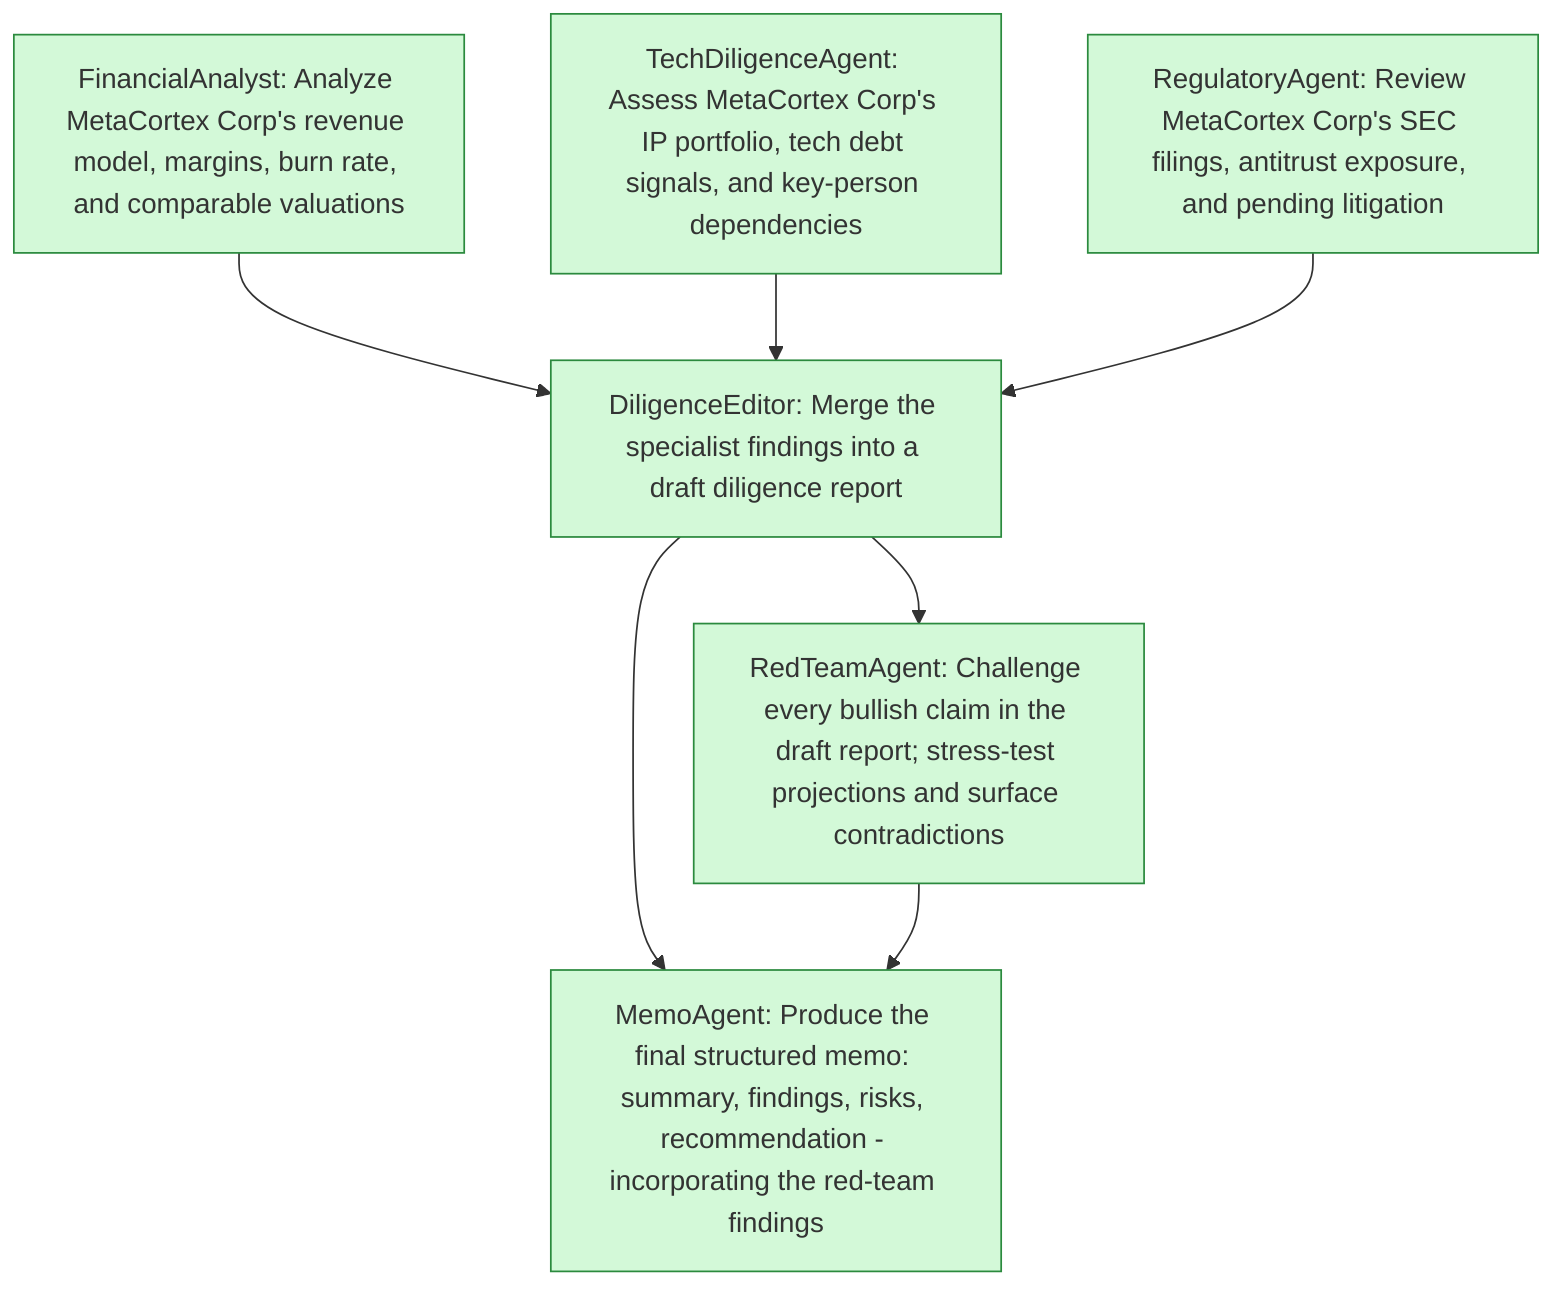
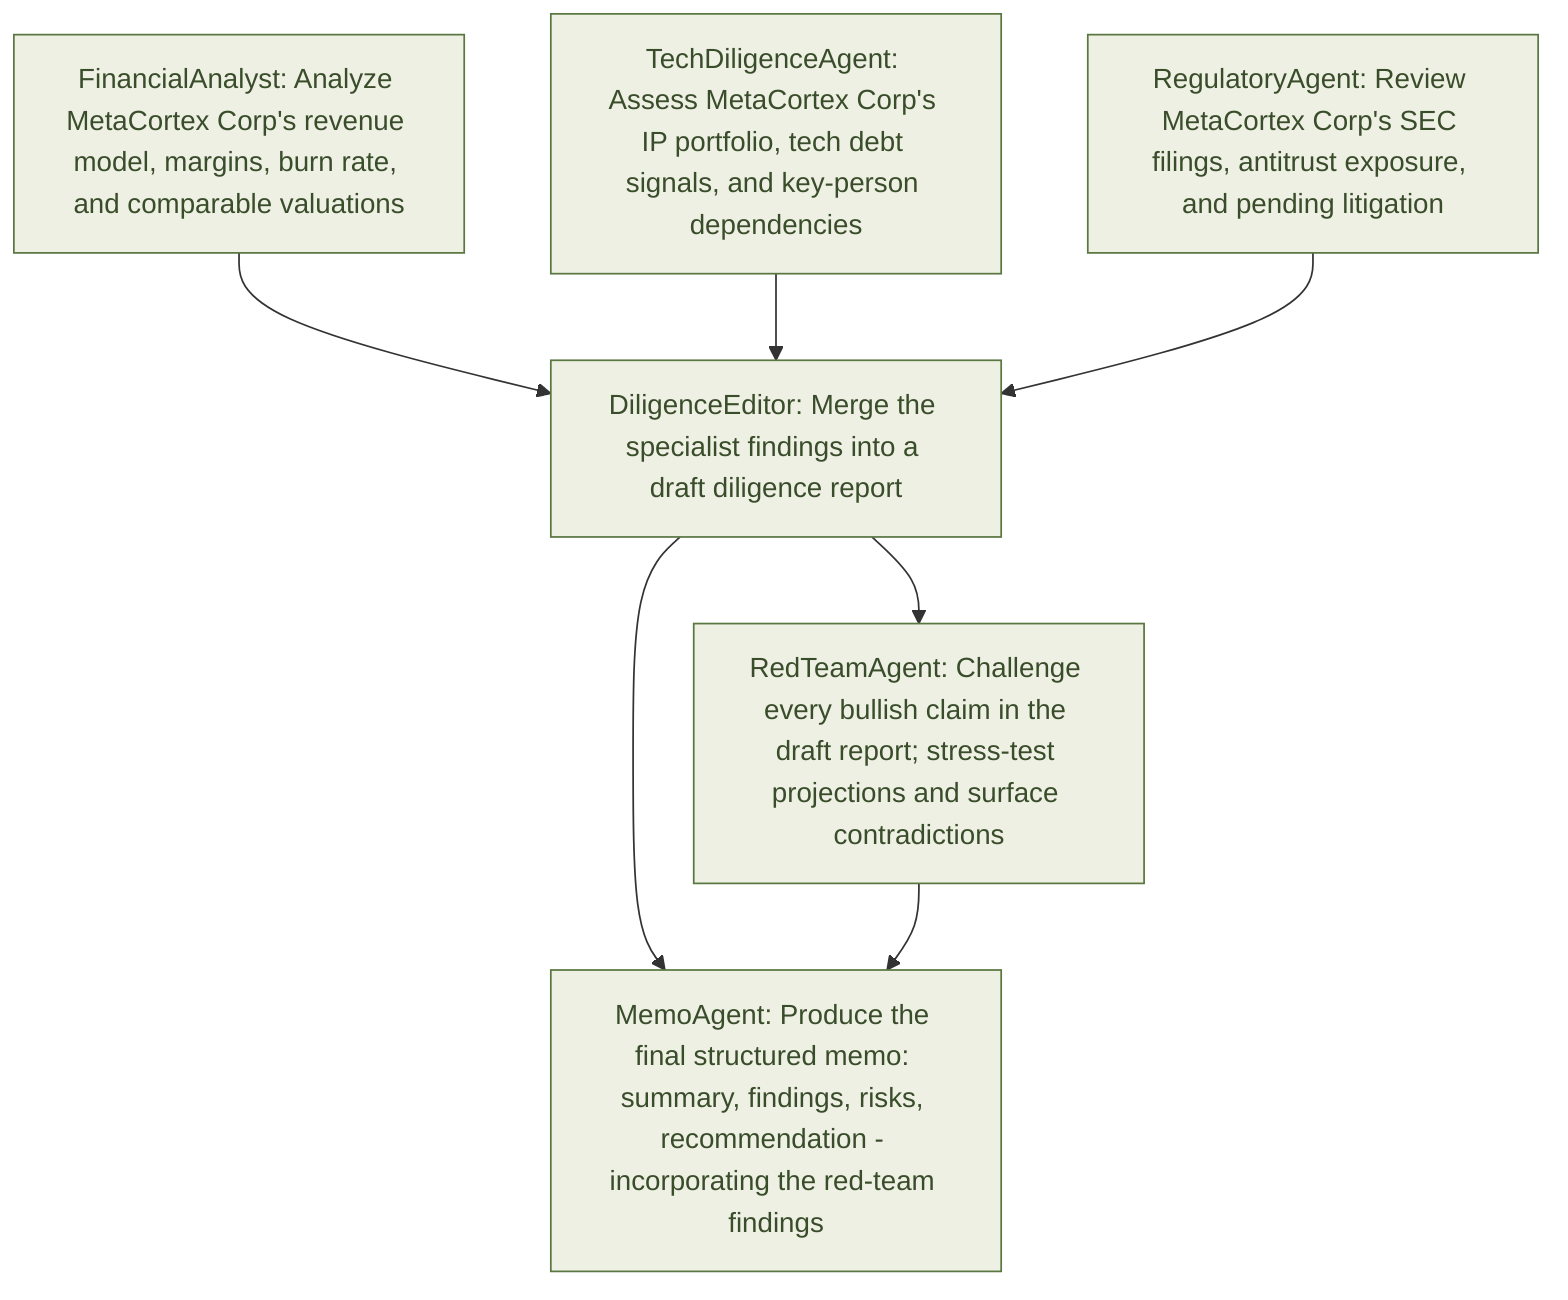
flowchart TD
    financial["FinancialAnalyst: Analyze MetaCortex Corp's revenue model, margins, burn rate, and comparable valuations"]
    technical["TechDiligenceAgent: Assess MetaCortex Corp's IP portfolio, tech debt signals, and key-person dependencies"]
    regulatory["RegulatoryAgent: Review MetaCortex Corp's SEC filings, antitrust exposure, and pending litigation"]
    draft["DiligenceEditor: Merge the specialist findings into a draft diligence report"]
    redteam["RedTeamAgent: Challenge every bullish claim in the draft report; stress-test projections and surface contradictions"]
    memo["MemoAgent: Produce the final structured memo: summary, findings, risks, recommendation - incorporating the red-team findings"]
    financial --> draft
    technical --> draft
    regulatory --> draft
    draft --> redteam
    draft --> memo
    redteam --> memo
-     classDef done fill:#d3f9d8,stroke:#2b8a3e
-     classDef failed fill:#ffe3e3,stroke:#c92a2a
-     classDef skipped fill:#e9ecef,stroke:#868e96
-     classDef running fill:#fff3bf,stroke:#e67700
+     classDef done fill:#eef0e4,stroke:#5a7742,color:#3a4d2b
+     classDef failed fill:#f3e0dd,stroke:#8c3b2e,color:#66291f
+     classDef skipped fill:#eceae3,stroke:#8a8578,color:#57534a
+     classDef running fill:#f5ead0,stroke:#9a7b2d,color:#5c4a1e
    class financial,technical,regulatory,draft,redteam,memo done
